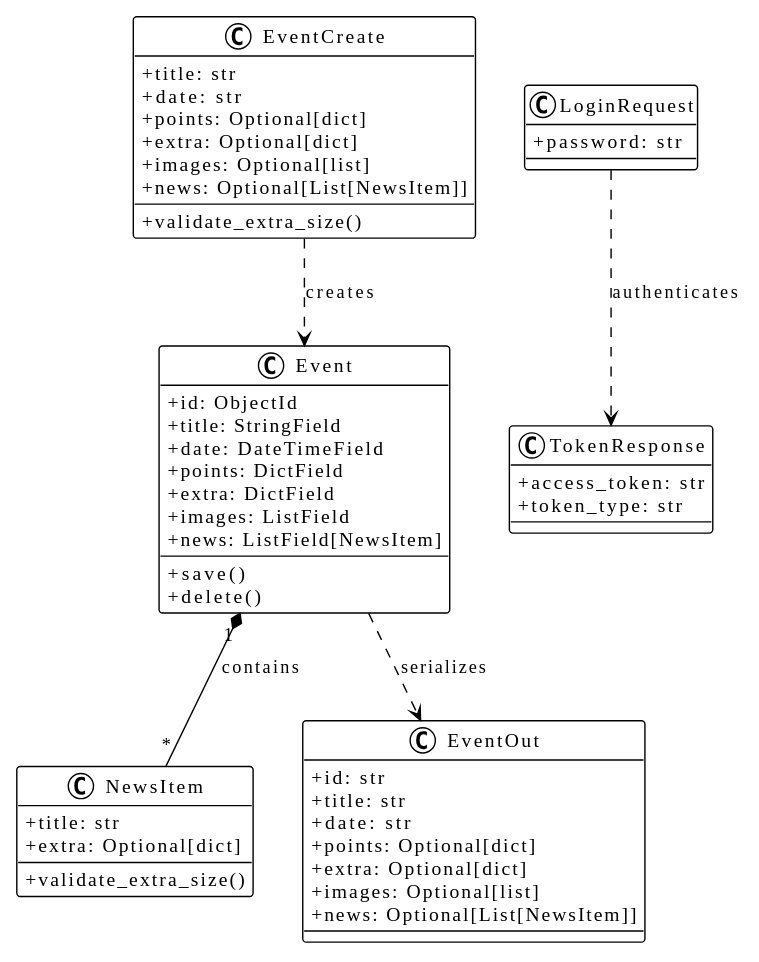
Above: docs/diagrams/components.svg in HEIG-RESONATE/resonate2 (PlantUML), before the change.
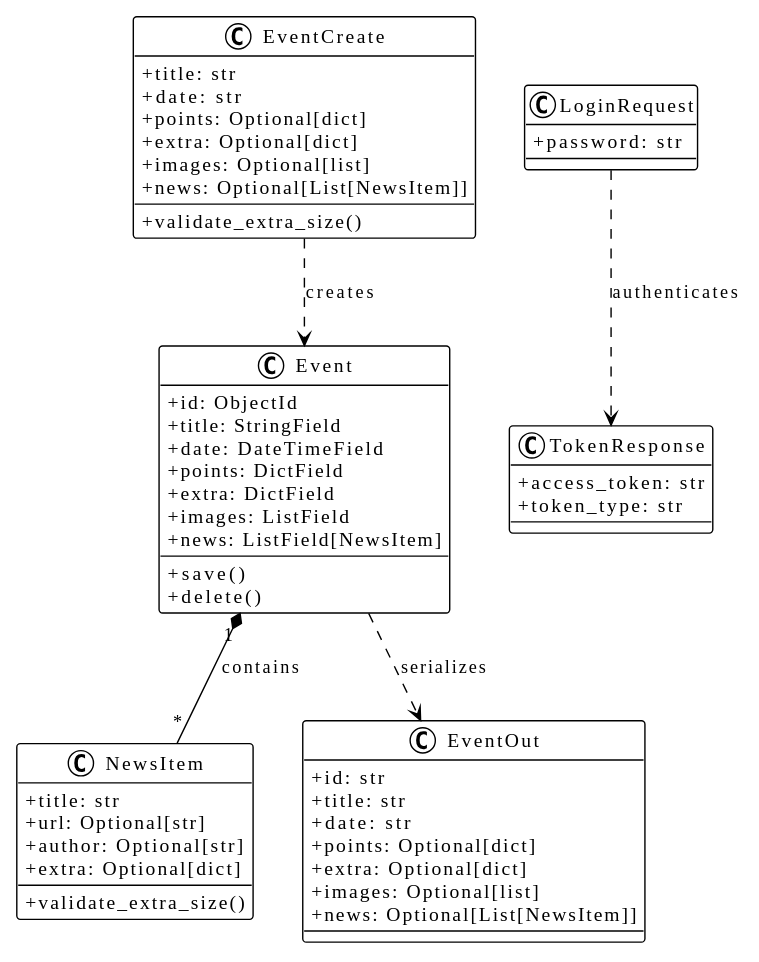
After the change.

Commit message:
Add url and author to news

What changed in the source:
```diff
@@ -4,6 +4,8 @@
 
 class NewsItem {
   +title: str
+  +url: Optional[str]
+  +author: Optional[str]
   +extra: Optional[dict]
   --
   +validate_extra_size()
```
